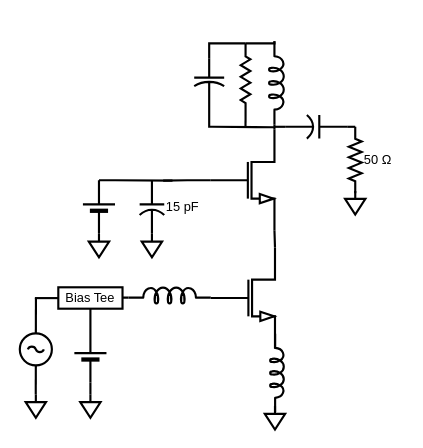
Before: LNA.drawio in vik-s/rftools, a draw.io diagram. Source tidied: cells renumbered, new cells numbered last; positions are measured from the earlier drawing's top-left corner, leaving out a move shared by most shapes. Both pictures are drawn from the tidied source at 107%, with x=0, y=0 at pixel (19, 41).
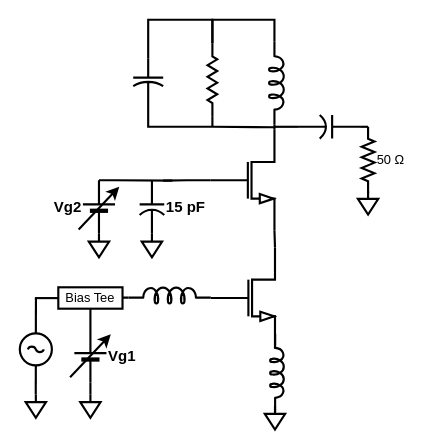
The same diagram, later.

The change refers to these unchanged cells:
```xml
<mxCell id="6" style="verticalLabelPosition=bottom;shadow=0;dashed=0;align=center;fillColor=#ffffff;html=1;verticalAlign=top;strokeWidth=2;shape=mxgraph.electrical.transistors.nmos;fontSize=12;" parent="1" vertex="1">
  <mxGeometry x="178" y="80" width="60" height="100" as="geometry" />
</mxCell>
<mxCell id="9" style="verticalLabelPosition=bottom;shadow=0;dashed=0;align=center;fillColor=#ffffff;html=1;verticalAlign=top;strokeWidth=2;shape=mxgraph.electrical.inductors.inductor_5;direction=south;fontSize=12;" parent="1" vertex="1">
  <mxGeometry x="233" width="14" height="78" as="geometry" />
</mxCell>
```

Change to the diagram source:
```diff
@@
-    <mxCell id="10" style="edgeStyle=orthogonalEdgeStyle;rounded=0;jettySize=auto;html=1;exitX=1;exitY=0.5;exitDx=0;exitDy=0;exitPerimeter=0;entryX=0.549;entryY=-0.03;entryDx=0;entryDy=0;entryPerimeter=0;endArrow=none;endFill=0;fontSize=12;strokeWidth=2;" parent="1" edge="1" source="12" target="6">
-      <mxGeometry relative="1" as="geometry" />
+    <mxCell id="10" style="edgeStyle=orthogonalEdgeStyle;rounded=0;jettySize=auto;html=1;exitX=1;exitY=0.5;exitDx=0;exitDy=0;exitPerimeter=0;entryX=0.549;entryY=-0.03;entryDx=0;entryDy=0;entryPerimeter=0;endArrow=none;endFill=0;fontSize=12;strokeWidth=2;" parent="1" edge="1" source="12">
+      <mxGeometry relative="1" as="geometry">
+        <mxPoint x="180" y="80" as="targetPoint" />
+      </mxGeometry>
     </mxCell>
     <mxCell id="11" style="edgeStyle=orthogonalEdgeStyle;rounded=0;jettySize=auto;html=1;exitX=0;exitY=0.5;exitDx=0;exitDy=0;exitPerimeter=0;entryX=0;entryY=0.645;entryDx=0;entryDy=0;entryPerimeter=0;endArrow=none;endFill=0;fontSize=12;strokeWidth=2;" parent="1" edge="1" source="12" target="9">
-      <mxGeometry relative="1" as="geometry" />
+      <mxGeometry relative="1" as="geometry">
+        <Array as="points">
+          <mxPoint x="180" y="-20" />
+          <mxPoint x="238" y="-20" />
+        </Array>
+      </mxGeometry>
     </mxCell>
     <mxCell id="12" style="verticalLabelPosition=bottom;shadow=0;dashed=0;align=center;fillColor=#ffffff;html=1;verticalAlign=top;strokeWidth=2;shape=mxgraph.electrical.resistors.resistor_2;direction=south;fontSize=12;" parent="1" vertex="1">
-      <mxGeometry x="206.5" y="2" width="9" height="68" as="geometry" />
+      <mxGeometry x="175.5" y="2" width="9" height="68" as="geometry" />
     </mxCell>
@@
     <mxCell id="14" style="edgeStyle=orthogonalEdgeStyle;rounded=0;jettySize=auto;html=1;exitX=0;exitY=0.5;exitDx=0;exitDy=0;exitPerimeter=0;entryX=0;entryY=0.5;entryDx=0;entryDy=0;entryPerimeter=0;endArrow=none;endFill=0;fontSize=12;strokeWidth=2;" parent="1" edge="1" source="15" target="12">
       <mxGeometry relative="1" as="geometry">
         <Array as="points">
-          <mxPoint x="177" y="2" />
+          <mxPoint x="120" y="-20" />
+          <mxPoint x="180" y="-20" />
         </Array>
       </mxGeometry>
     </mxCell>
     <mxCell id="15" style="verticalLabelPosition=bottom;shadow=0;dashed=0;align=center;fillColor=#ffffff;html=1;verticalAlign=top;strokeWidth=2;shape=mxgraph.electrical.capacitors.capacitor_2;direction=south;fontSize=12;" parent="1" vertex="1">
-      <mxGeometry x="163" y="16" width="28" height="40" as="geometry" />
+      <mxGeometry x="106" y="16" width="28" height="40" as="geometry" />
     </mxCell>
@@
     <mxCell id="22" style="verticalLabelPosition=bottom;shadow=0;dashed=0;align=center;fillColor=#ffffff;html=1;verticalAlign=top;strokeWidth=2;shape=mxgraph.electrical.capacitors.capacitor_2;direction=west;fontSize=12;" parent="1" vertex="1">
-      <mxGeometry x="248" y="69" width="58" height="22" as="geometry" />
+      <mxGeometry x="260" y="69" width="58" height="22" as="geometry" />
     </mxCell>
-    <mxCell id="23" value="15 pF" style="verticalLabelPosition=middle;shadow=0;dashed=0;align=left;fillColor=#ffffff;html=1;verticalAlign=middle;strokeWidth=2;shape=mxgraph.electrical.capacitors.capacitor_2;direction=south;labelPosition=right;fontSize=12;" parent="1" vertex="1">
+    <mxCell id="23" value="15 pF" style="verticalLabelPosition=middle;shadow=0;dashed=0;align=left;fillColor=#ffffff;html=1;verticalAlign=middle;strokeWidth=2;shape=mxgraph.electrical.capacitors.capacitor_2;direction=south;labelPosition=right;fontSize=14;fontStyle=1;" parent="1" vertex="1">
       <mxGeometry x="112" y="130" width="23" height="50" as="geometry" />
     </mxCell>
@@
-    <mxCell id="25" style="verticalLabelPosition=bottom;shadow=0;dashed=0;align=center;fillColor=#000000;strokeColor=#000000;html=1;verticalAlign=top;strokeWidth=2;shape=mxgraph.electrical.miscellaneous.monocell_battery;direction=north;fontSize=12;" parent="1" vertex="1">
+    <mxCell id="25" value="Vg2" style="verticalLabelPosition=middle;shadow=0;dashed=0;align=right;fillColor=#000000;strokeColor=#000000;html=1;verticalAlign=middle;strokeWidth=2;shape=mxgraph.electrical.miscellaneous.monocell_battery;direction=north;fontSize=14;labelPosition=left;fontStyle=1;" parent="1" vertex="1">
       <mxGeometry x="59" y="130" width="30" height="50" as="geometry" />
     </mxCell>
     <mxCell id="26" value="50 Ω" style="verticalLabelPosition=middle;shadow=0;dashed=0;align=left;fillColor=#ffffff;html=1;verticalAlign=middle;strokeWidth=2;shape=mxgraph.electrical.resistors.resistor_2;direction=south;labelPosition=right;fontSize=12;" parent="1" vertex="1">
-      <mxGeometry x="307.5" y="80" width="12" height="62" as="geometry" />
+      <mxGeometry x="319.5" y="80" width="12" height="62" as="geometry" />
     </mxCell>
@@
     <mxCell id="28" style="verticalLabelPosition=bottom;shadow=0;dashed=0;align=center;fillColor=#ffffff;html=1;verticalAlign=top;strokeWidth=2;shape=mxgraph.electrical.signal_sources.signal_ground;fontSize=12;" parent="1" vertex="1">
-      <mxGeometry x="304" y="140" width="19" height="22" as="geometry" />
+      <mxGeometry x="316" y="140" width="19" height="22" as="geometry" />
     </mxCell>
@@
-    <mxCell id="34" style="verticalLabelPosition=bottom;shadow=0;dashed=0;align=center;fillColor=#000000;strokeColor=#000000;html=1;verticalAlign=top;strokeWidth=2;shape=mxgraph.electrical.miscellaneous.monocell_battery;direction=north;fontSize=12;" parent="1" vertex="1">
+    <mxCell id="34" value="Vg1" style="verticalLabelPosition=middle;shadow=0;dashed=0;align=left;fillColor=#000000;strokeColor=#000000;html=1;verticalAlign=middle;strokeWidth=2;shape=mxgraph.electrical.miscellaneous.monocell_battery;direction=north;fontSize=14;labelPosition=right;fontStyle=1;" parent="1" vertex="1">
       <mxGeometry x="51" y="269" width="30" height="50" as="geometry" />
     </mxCell>
@@
+    <mxCell id="39" style="endArrow=classic;html=1;strokeWidth=2;fontSize=14;" parent="1" edge="1">
+      <mxGeometry relative="1" as="geometry">
+        <mxPoint x="55" y="176" as="sourcePoint" />
+        <mxPoint x="93" y="136" as="targetPoint" />
+      </mxGeometry>
+    </mxCell>
+    <mxCell id="40" style="endArrow=classic;html=1;strokeWidth=2;fontSize=14;" parent="1" edge="1">
+      <mxGeometry relative="1" as="geometry">
+        <mxPoint x="47" y="314" as="sourcePoint" />
+        <mxPoint x="85" y="274" as="targetPoint" />
+      </mxGeometry>
+    </mxCell>
```
